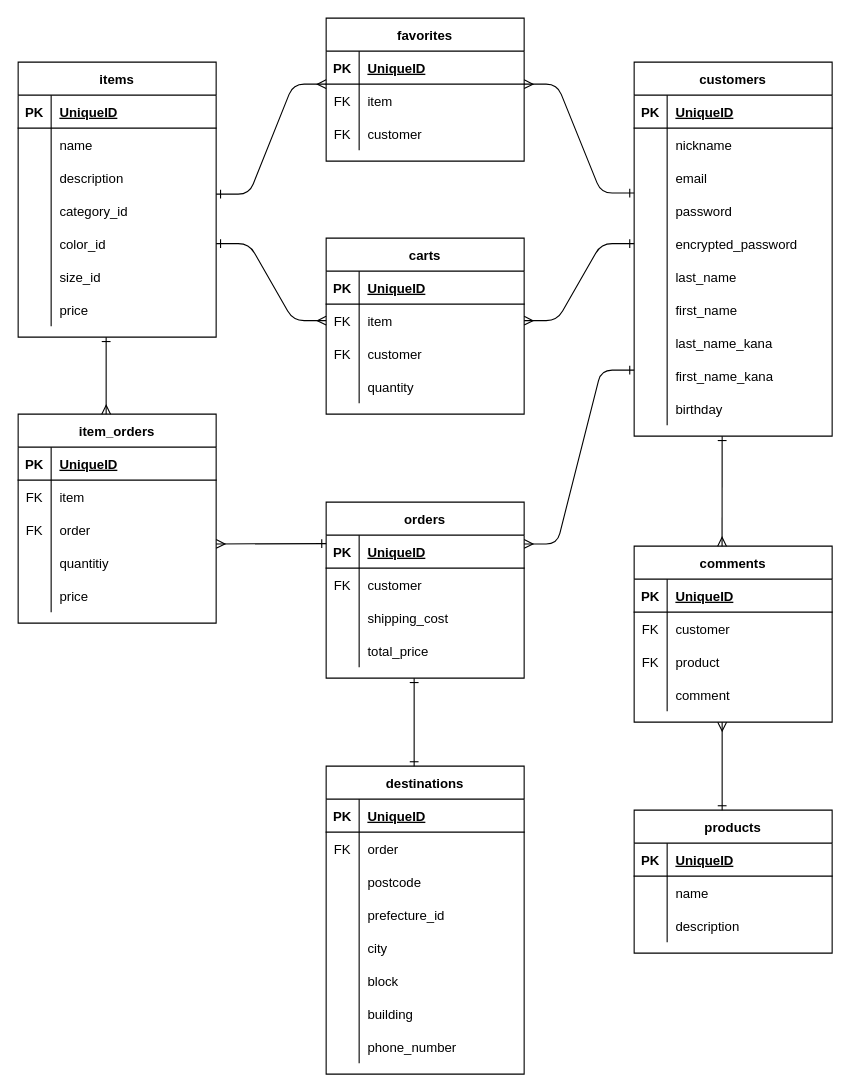
Before: mybrand.dio in jtghjt/mybrand, a draw.io diagram. Source tidied: cells renumbered, new cells numbered last; positions are measured from the earlier drawing's top-left corner, leaving out a move shared by most shapes. Both pictures are drawn from the tidied source at 110%, with x=0, y=0 at pixel (18, 18).
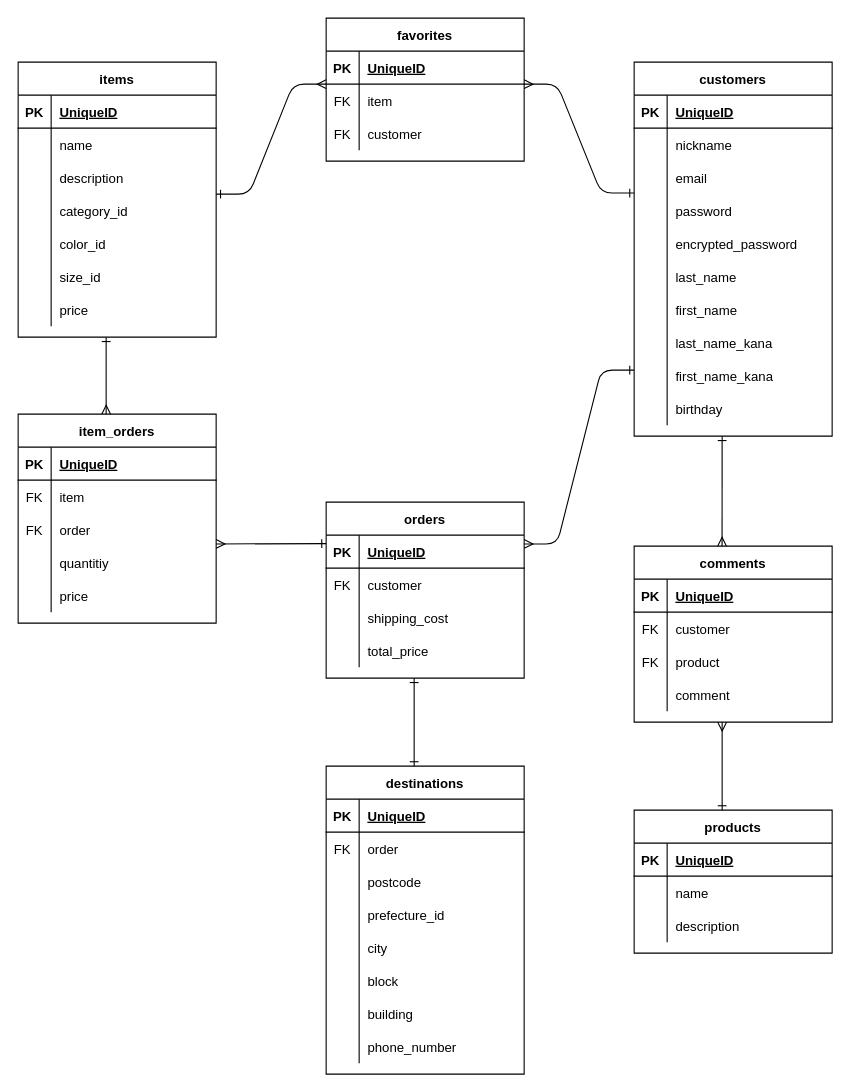
Above is the later version.

The change refers to these unchanged cells:
```xml
<mxCell id="28" style="shape=partialRectangle;fillColor=none;top=0;left=0;bottom=0;right=0;points=[[0,0.5],[1,0.5]];portConstraint=eastwest;" parent="15" vertex="1">
  <mxGeometry y="150" width="180" height="30" as="geometry" />
</mxCell>
<mxCell id="61" style="shape=partialRectangle;fillColor=none;top=0;left=0;bottom=0;right=0;points=[[0,0.5],[1,0.5]];portConstraint=eastwest;" parent="48" vertex="1">
  <mxGeometry y="150" width="180" height="30" as="geometry" />
</mxCell>
```

The edit, as a diff of the source:
```diff
@@
-    <mxCell id="2" value="carts" style="shape=table;startSize=30;childLayout=tableLayout;rowLines=0;fontStyle=1;align=center;" parent="1" vertex="1">
-      <mxGeometry x="280" y="200" width="180" height="160" as="geometry" />
-    </mxCell>
-    <mxCell id="3" style="shape=partialRectangle;fillColor=none;top=0;left=0;bottom=1;right=0;" parent="2" vertex="1">
-      <mxGeometry y="30" width="180" height="30" as="geometry" />
-    </mxCell>
-    <mxCell id="4" value="PK" style="shape=partialRectangle;fillColor=none;top=0;left=0;bottom=0;right=0;fontStyle=1;overflow=hidden;" parent="3" vertex="1">
-      <mxGeometry width="30" height="30" as="geometry" />
-    </mxCell>
-    <mxCell id="5" value="UniqueID" style="shape=partialRectangle;fillColor=none;top=0;left=0;bottom=0;right=0;align=left;spacingLeft=6;fontStyle=5;overflow=hidden;" parent="3" vertex="1">
-      <mxGeometry x="30" width="150" height="30" as="geometry" />
-    </mxCell>
-    <mxCell id="6" style="shape=partialRectangle;fillColor=none;top=0;left=0;bottom=0;right=0;points=[[0,0.5],[1,0.5]];portConstraint=eastwest;" parent="2" vertex="1">
-      <mxGeometry y="60" width="180" height="30" as="geometry" />
-    </mxCell>
-    <mxCell id="7" value="FK" style="shape=partialRectangle;fillColor=none;top=0;left=0;bottom=0;right=0;overflow=hidden;" parent="6" vertex="1">
-      <mxGeometry width="30" height="30" as="geometry" />
-    </mxCell>
-    <mxCell id="8" value="item" style="shape=partialRectangle;fillColor=none;top=0;left=0;bottom=0;right=0;align=left;spacingLeft=6;overflow=hidden;" parent="6" vertex="1">
-      <mxGeometry x="30" width="150" height="30" as="geometry" />
-    </mxCell>
-    <mxCell id="9" style="shape=partialRectangle;fillColor=none;top=0;left=0;bottom=0;right=0;" parent="2" vertex="1">
-      <mxGeometry y="90" width="180" height="30" as="geometry" />
-    </mxCell>
-    <mxCell id="10" value="FK" style="shape=partialRectangle;fillColor=none;top=0;left=0;bottom=0;right=0;overflow=hidden;" parent="9" vertex="1">
-      <mxGeometry width="30" height="30" as="geometry" />
-    </mxCell>
-    <mxCell id="11" value="customer" style="shape=partialRectangle;fillColor=none;top=0;left=0;bottom=0;right=0;align=left;spacingLeft=6;overflow=hidden;" parent="9" vertex="1">
-      <mxGeometry x="30" width="150" height="30" as="geometry" />
-    </mxCell>
-    <mxCell id="12" style="shape=partialRectangle;fillColor=none;top=0;left=0;bottom=0;right=0;" parent="2" vertex="1">
-      <mxGeometry y="120" width="180" height="30" as="geometry" />
-    </mxCell>
-    <mxCell id="13" style="shape=partialRectangle;fillColor=none;top=0;left=0;bottom=0;right=0;overflow=hidden;" parent="12" vertex="1">
-      <mxGeometry width="30" height="30" as="geometry" />
-    </mxCell>
-    <mxCell id="14" value="quantity" style="shape=partialRectangle;fillColor=none;top=0;left=0;bottom=0;right=0;align=left;spacingLeft=6;overflow=hidden;" parent="12" vertex="1">
-      <mxGeometry x="30" width="150" height="30" as="geometry" />
-    </mxCell>
@@
-    <mxCell id="159" style="edgeStyle=entityRelationEdgeStyle;fontSize=12;html=1;endArrow=ERmany;startArrow=ERone;startFill=0;exitX=1;exitY=0.5;exitDx=0;exitDy=0;entryX=0;entryY=0.5;entryDx=0;entryDy=0;" parent="1" edge="1" source="61" target="6">
-      <mxGeometry relative="1" as="geometry" />
-    </mxCell>
-    <mxCell id="160" style="edgeStyle=entityRelationEdgeStyle;fontSize=12;html=1;endArrow=ERone;startArrow=ERmany;startFill=0;entryX=0;entryY=0.5;entryDx=0;entryDy=0;endFill=0;exitX=1;exitY=0.5;exitDx=0;exitDy=0;" parent="1" edge="1" source="6" target="28">
-      <mxGeometry relative="1" as="geometry" />
-    </mxCell>
```
